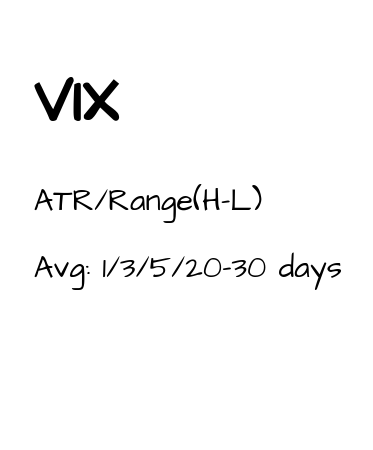
Kupavtsev/markets_data_handler keeps this draw.io diagram as page "vix" (7 of 7) of structure.drawio. Above is the earlier version. Source tidied: cells renumbered, new cells numbered last; positions are measured from the earlier drawing's top-left corner, leaving out a move shared by most shapes. Both pictures are drawn from the tidied source at 153%, with x=0, y=0 at pixel (26, 41).
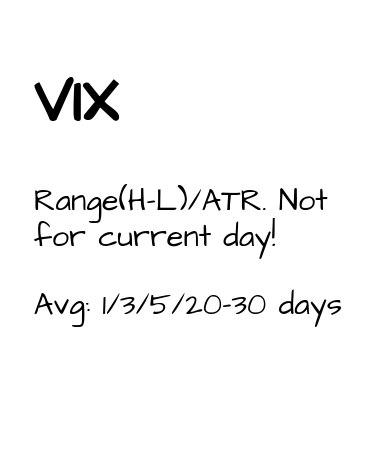
After the change.

What changed in the source:
```diff
@@
 <mxGraphModel>
   <root>
     <mxCell id="0" />
     <mxCell id="1" parent="0" />
-    <mxCell id="2" value="&lt;h1&gt;VIX&lt;/h1&gt;&lt;p&gt;ATR/Range(H-L)&lt;/p&gt;&lt;p&gt;Avg: 1/3/5/20-30 days&lt;/p&gt;" style="text;html=1;strokeColor=none;fillColor=none;spacing=5;spacingTop=-20;whiteSpace=wrap;overflow=hidden;rounded=0;fontSize=20;fontFamily=Architects Daughter;" parent="1" vertex="1">
+    <mxCell id="2" value="&lt;h1&gt;VIX&lt;/h1&gt;&lt;p&gt;Range(H-L)/ATR. Not for current day!&lt;/p&gt;&lt;p&gt;Avg: 1/3/5/20-30 days&lt;/p&gt;" style="text;html=1;strokeColor=none;fillColor=none;spacing=5;spacingTop=-20;whiteSpace=wrap;overflow=hidden;rounded=0;fontSize=20;fontFamily=Architects Daughter;" parent="1" vertex="1">
       <mxGeometry width="210" height="250" as="geometry" />
     </mxCell>
   </root>
 </mxGraphModel>
```
